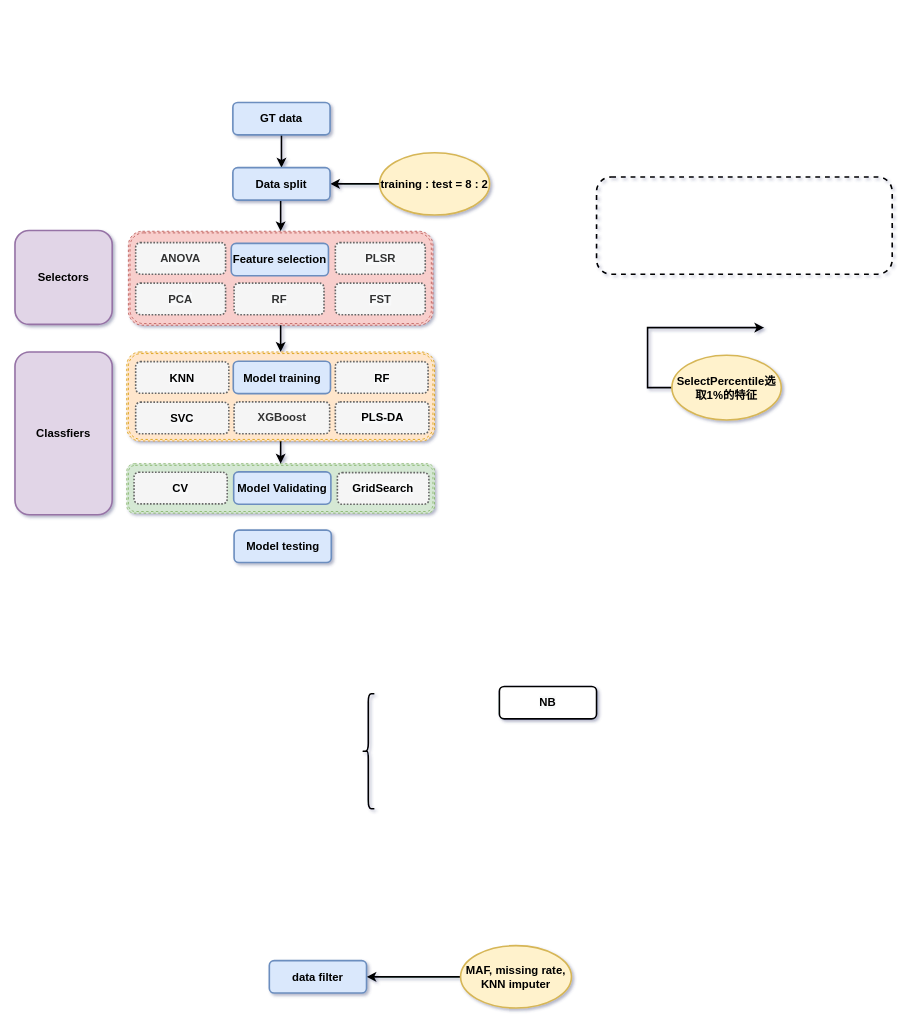
Above: Breed_assign_by_ML.drawio in guoyingwei6/Flow_Charts (draw.io), before the change. Source tidied: cells renumbered, new cells numbered last; positions are measured from the earlier drawing's top-left corner, leaving out a move shared by most shapes. Both pictures are drawn from the tidied source at 81%, with x=0, y=0 at pixel (15, 102).
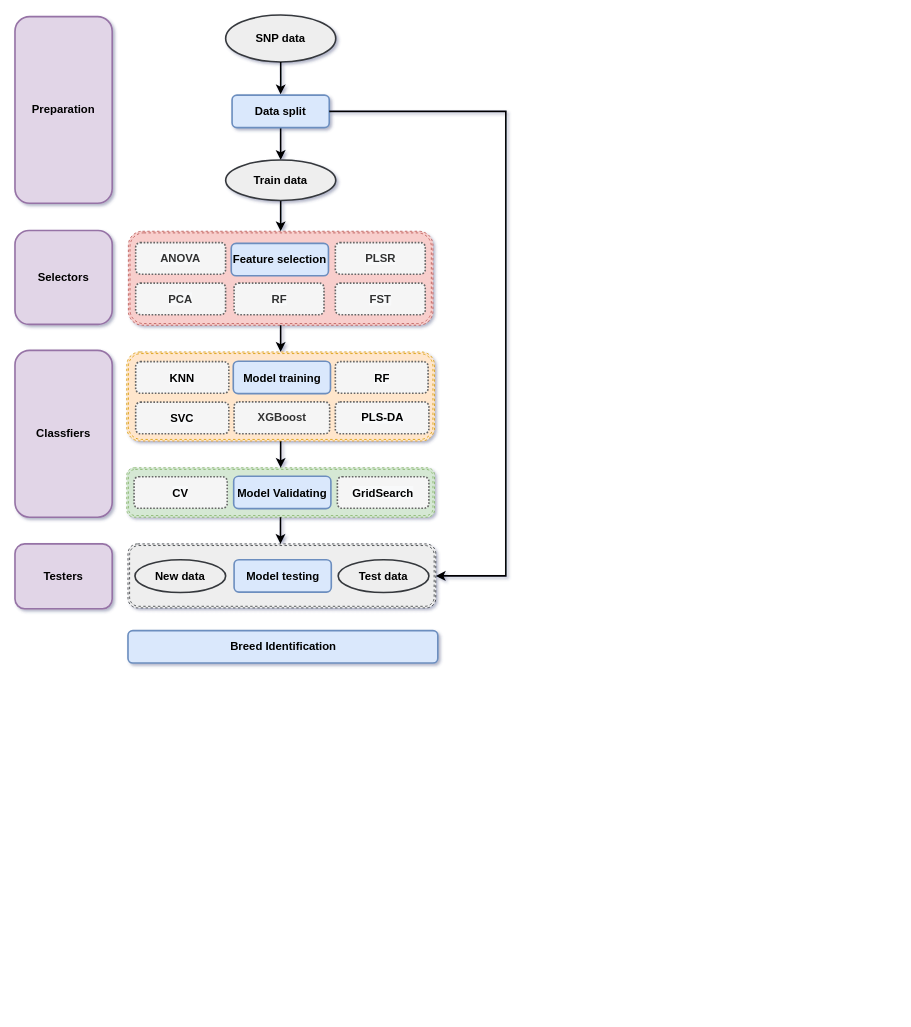
The same page after the edit.

Unchanged cells that the change refers to:
```xml
<mxCell id="2" style="shape=ext;double=1;rounded=1;whiteSpace=wrap;html=1;fillColor=#f8cecc;dashed=1;strokeColor=#b85450;" parent="1" vertex="1">
  <mxGeometry x="140" y="159" width="376" height="116" as="geometry" />
</mxCell>
```

Change to the diagram source:
```diff
@@
+    <mxCell id="39" style="shape=ext;double=1;rounded=1;whiteSpace=wrap;html=1;fillColor=#eeeeee;dashed=1;strokeColor=#36393d;" parent="1" vertex="1">
+      <mxGeometry x="139.5" y="545" width="380" height="79" as="geometry" />
+    </mxCell>
@@
     <mxCell id="3" style="shape=ext;double=1;rounded=1;whiteSpace=wrap;html=1;fillColor=#d5e8d4;dashed=1;strokeColor=#82b366;" parent="1" vertex="1">
-      <mxGeometry x="138" y="446" width="380" height="61" as="geometry" />
+      <mxGeometry x="138" y="451" width="380" height="61" as="geometry" />
     </mxCell>
-    <mxCell id="4" style="edgeStyle=orthogonalEdgeStyle;rounded=0;jettySize=auto;html=1;fontSize=14;exitX=0.5;exitY=1;exitDx=0;exitDy=0;fontStyle=1;fontFamily=Helvetica;strokeWidth=2;entryX=0.5;entryY=0;entryDx=0;entryDy=0;" parent="1" edge="1" source="16" target="2">
+    <mxCell id="4" style="edgeStyle=orthogonalEdgeStyle;rounded=0;jettySize=auto;html=1;fontSize=14;exitX=0.5;exitY=1;exitDx=0;exitDy=0;fontStyle=1;fontFamily=Helvetica;strokeWidth=2;entryX=0.5;entryY=0;entryDx=0;entryDy=0;" parent="1" edge="1" source="10" target="2">
       <mxGeometry relative="1" as="geometry" />
     </mxCell>
-    <mxCell id="5" style="edgeStyle=orthogonalEdgeStyle;rounded=0;jettySize=auto;html=1;fontSize=14;exitX=0;exitY=0.5;exitDx=0;exitDy=0;exitPerimeter=0;fontStyle=1;fontFamily=Helvetica;strokeWidth=2;" parent="1" edge="1" source="11">
-      <mxGeometry relative="1" as="geometry">
-        <mxPoint x="925" y="278" as="targetPoint" />
-        <Array as="points">
-          <mxPoint x="781" y="352" />
-          <mxPoint x="781" y="278" />
-        </Array>
-      </mxGeometry>
-    </mxCell>
-    <mxCell id="6" style="edgeStyle=orthogonalEdgeStyle;rounded=0;jettySize=auto;html=1;fontSize=14;fontStyle=1;fontFamily=Helvetica;strokeWidth=2;" parent="1" edge="1" source="7">
-      <mxGeometry relative="1" as="geometry">
-        <mxPoint x="434" y="1079.5" as="targetPoint" />
-      </mxGeometry>
-    </mxCell>
-    <mxCell id="7" value="MAF, missing rate, KNN imputer" style="ellipse;whiteSpace=wrap;html=1;rounded=1;glass=0;strokeWidth=2;shadow=0;fontStyle=1;fontFamily=Helvetica;fillColor=#fff2cc;strokeColor=#d6b656;fontSize=14;" parent="1" vertex="1">
-      <mxGeometry x="550.1" y="1041" width="136.9" height="77" as="geometry" />
-    </mxCell>
-    <mxCell id="8" style="edgeStyle=orthogonalEdgeStyle;rounded=0;jettySize=auto;html=1;fontSize=14;fontStyle=1;fontFamily=Helvetica;strokeWidth=2;exitX=0.5;exitY=1;exitDx=0;exitDy=0;entryX=0.5;entryY=0;entryDx=0;entryDy=0;" parent="1" edge="1" source="14" target="16">
+    <mxCell id="8" style="edgeStyle=orthogonalEdgeStyle;rounded=0;jettySize=auto;html=1;fontSize=14;fontStyle=1;fontFamily=Helvetica;strokeWidth=2;exitX=0.5;exitY=1;exitDx=0;exitDy=0;entryX=0.5;entryY=0;entryDx=0;entryDy=0;" parent="1" edge="1" source="14" target="10">
       <mxGeometry relative="1" as="geometry" />
     </mxCell>
-    <mxCell id="9" style="edgeStyle=orthogonalEdgeStyle;rounded=0;jettySize=auto;html=1;fontSize=14;fontStyle=1;fontFamily=Helvetica;strokeWidth=2;entryX=1;entryY=0.5;entryDx=0;entryDy=0;" parent="1" edge="1" source="10" target="16">
-      <mxGeometry relative="1" as="geometry" />
-    </mxCell>
-    <mxCell id="10" value="&lt;p style=&quot;font-size: 14px;&quot;&gt;&lt;span style=&quot;font-size: 14px;&quot;&gt;&lt;font style=&quot;font-size: 14px;&quot;&gt;training : test = 8 : 2&lt;/font&gt;&lt;/span&gt;&lt;/p&gt;" style="ellipse;whiteSpace=wrap;html=1;rounded=1;glass=0;strokeWidth=2;shadow=0;fontStyle=1;fontFamily=Helvetica;fillColor=#fff2cc;strokeColor=#d6b656;fontSize=14;" parent="1" vertex="1">
-      <mxGeometry x="450.1" y="62" width="135.9" height="77" as="geometry" />
+    <mxCell id="10" value="&lt;p style=&quot;font-size: 14px;&quot;&gt;&lt;span style=&quot;font-size: 14px;&quot;&gt;&lt;font style=&quot;font-size: 14px;&quot;&gt;Train data&lt;/font&gt;&lt;/span&gt;&lt;/p&gt;" style="ellipse;whiteSpace=wrap;html=1;rounded=1;glass=0;strokeWidth=2;shadow=0;fontStyle=1;fontFamily=Helvetica;fillColor=#eeeeee;strokeColor=#36393d;fontSize=14;" parent="1" vertex="1">
+      <mxGeometry x="260.1" y="71" width="135.9" height="50" as="geometry" />
     </mxCell>
-    <mxCell id="11" value="&lt;font style=&quot;font-size: 14px;&quot;&gt;&lt;span style=&quot;font-size: 14px;&quot;&gt;SelectPercentile&lt;/span&gt;&lt;span style=&quot;font-size: 14px;&quot;&gt;选取&lt;/span&gt;&lt;span style=&quot;font-size: 14px;&quot;&gt;1%&lt;/span&gt;&lt;span style=&quot;font-size: 14px;&quot;&gt;的特征&lt;/span&gt;&lt;/font&gt;" style="ellipse;whiteSpace=wrap;html=1;fontSize=14;fontStyle=1;fontFamily=Helvetica;fillColor=#fff2cc;strokeColor=#d6b656;strokeWidth=2;" parent="1" vertex="1">
-      <mxGeometry x="811" y="312" width="135" height="80" as="geometry" />
-    </mxCell>
-    <mxCell id="12" value="&lt;span style=&quot;color: rgb(0, 0, 0); font-size: 14px; font-style: normal; font-variant-ligatures: normal; font-variant-caps: normal; letter-spacing: normal; orphans: 2; text-align: center; text-indent: 0px; text-transform: none; widows: 2; word-spacing: 0px; -webkit-text-stroke-width: 0px; background-color: rgb(248, 249, 250); text-decoration-thickness: initial; text-decoration-style: initial; text-decoration-color: initial; float: none; display: inline !important;&quot;&gt;NB&lt;/span&gt;" style="rounded=1;whiteSpace=wrap;html=1;fontSize=14;fontStyle=1;fontFamily=Helvetica;strokeWidth=2;" parent="1" vertex="1">
-      <mxGeometry x="598" y="721" width="120" height="40" as="geometry" />
-    </mxCell>
-    <mxCell id="13" style="shape=curlyBracket;whiteSpace=wrap;html=1;rounded=1;fontSize=14;fontStyle=1;fontFamily=Helvetica;strokeWidth=2;" parent="1" vertex="1">
-      <mxGeometry x="428.7" y="730" width="15" height="142" as="geometry" />
-    </mxCell>
-    <mxCell id="14" value="GT data" style="rounded=1;whiteSpace=wrap;html=1;fontSize=14;glass=0;strokeWidth=2;shadow=0;fontStyle=1;fontFamily=Helvetica;fillColor=#dae8fc;strokeColor=#6c8ebf;" parent="1" vertex="1">
-      <mxGeometry x="269" width="120" height="40" as="geometry" />
+    <mxCell id="14" value="Data split" style="rounded=1;whiteSpace=wrap;html=1;fontSize=14;glass=0;strokeWidth=2;shadow=0;fontStyle=1;fontFamily=Helvetica;fillColor=#dae8fc;strokeColor=#6c8ebf;" parent="1" vertex="1">
+      <mxGeometry x="268" y="-9" width="120" height="40" as="geometry" />
     </mxCell>
-    <mxCell id="15" value="data filter" style="rounded=1;whiteSpace=wrap;html=1;fontSize=14;glass=0;strokeWidth=2;shadow=0;fontStyle=1;fontFamily=Helvetica;fillColor=#dae8fc;strokeColor=#6c8ebf;" parent="1" vertex="1">
-      <mxGeometry x="314" y="1059.5" width="120" height="40" as="geometry" />
-    </mxCell>
-    <mxCell id="16" value="Data split" style="rounded=1;whiteSpace=wrap;html=1;fontSize=14;glass=0;strokeWidth=2;shadow=0;fontStyle=1;fontFamily=Helvetica;fillColor=#dae8fc;strokeColor=#6c8ebf;" parent="1" vertex="1">
-      <mxGeometry x="269" y="80.5" width="120" height="40" as="geometry" />
-    </mxCell>
-    <mxCell id="17" value="&lt;span style=&quot;font-size: 14px;&quot;&gt;Model Validating&lt;/span&gt;" style="rounded=1;whiteSpace=wrap;html=1;fontSize=14;fontStyle=1;fontFamily=Helvetica;fillColor=#dae8fc;strokeColor=#6c8ebf;strokeWidth=2;" parent="1" vertex="1">
-      <mxGeometry x="270" y="456" width="120" height="40" as="geometry" />
-    </mxCell>
     <mxCell id="18" value="&lt;span style=&quot;font-size: 14px;&quot;&gt;Model testing&lt;/span&gt;" style="rounded=1;whiteSpace=wrap;html=1;fontSize=14;fontStyle=1;fontFamily=Helvetica;fillColor=#dae8fc;strokeColor=#6c8ebf;strokeWidth=2;" parent="1" vertex="1">
-      <mxGeometry x="270.5" y="528" width="120" height="40" as="geometry" />
+      <mxGeometry x="270.5" y="564.5" width="120" height="40" as="geometry" />
     </mxCell>
-    <mxCell id="19" style="rounded=1;whiteSpace=wrap;html=1;fontSize=14;fontStyle=1;fontFamily=Helvetica;strokeWidth=2;fillColor=none;dashed=1;" parent="1" vertex="1">
-      <mxGeometry x="718" y="92" width="365" height="120" as="geometry" />
-    </mxCell>
@@
     <mxCell id="22" value="Classfiers" style="rounded=1;whiteSpace=wrap;html=1;fontSize=14;fontStyle=1;fontFamily=Helvetica;strokeWidth=2;fillColor=#e1d5e7;strokeColor=#9673a6;" parent="1" vertex="1">
-      <mxGeometry y="308" width="120" height="201" as="geometry" />
+      <mxGeometry y="306" width="120" height="206" as="geometry" />
     </mxCell>
-    <mxCell id="23" value="&lt;span style=&quot;color: rgb(0, 0, 0); font-size: 14px; font-style: normal; font-variant-ligatures: normal; font-variant-caps: normal; letter-spacing: normal; orphans: 2; text-align: center; text-indent: 0px; text-transform: none; widows: 2; word-spacing: 0px; -webkit-text-stroke-width: 0px; background-color: rgb(248, 249, 250); text-decoration-thickness: initial; text-decoration-style: initial; text-decoration-color: initial; float: none; display: inline !important;&quot;&gt;CV&lt;/span&gt;" style="rounded=1;whiteSpace=wrap;html=1;fontSize=14;fontStyle=1;fontFamily=Helvetica;strokeWidth=2;fillColor=#f5f5f5;fontColor=#333333;strokeColor=#666666;dashed=1;dashPattern=1 1;" parent="1" vertex="1">
-      <mxGeometry x="147" y="456.5" width="115" height="39" as="geometry" />
-    </mxCell>
     <mxCell id="24" value="&lt;span style=&quot;color: rgb(0, 0, 0); font-size: 14px; font-style: normal; font-variant-ligatures: normal; font-variant-caps: normal; letter-spacing: normal; orphans: 2; text-align: center; text-indent: 0px; text-transform: none; widows: 2; word-spacing: 0px; -webkit-text-stroke-width: 0px; background-color: rgb(248, 249, 250); text-decoration-thickness: initial; text-decoration-style: initial; text-decoration-color: initial; float: none; display: inline !important;&quot;&gt;GridSearch&lt;/span&gt;" style="rounded=1;whiteSpace=wrap;html=1;fontSize=14;fontStyle=1;fontFamily=Helvetica;strokeWidth=2;fillColor=#f5f5f5;fontColor=#333333;strokeColor=#666666;dashed=1;dashPattern=1 1;" parent="1" vertex="1">
-      <mxGeometry x="398" y="457" width="113" height="39" as="geometry" />
+      <mxGeometry x="398" y="462" width="113" height="39" as="geometry" />
     </mxCell>
@@
+    <mxCell id="40" value="&lt;span style=&quot;font-size: 14px; font-style: normal; font-variant-ligatures: normal; font-variant-caps: normal; letter-spacing: normal; orphans: 2; text-align: center; text-indent: 0px; text-transform: none; widows: 2; word-spacing: 0px; -webkit-text-stroke-width: 0px; text-decoration-thickness: initial; text-decoration-style: initial; text-decoration-color: initial; float: none; display: inline !important;&quot;&gt;Testers&lt;/span&gt;" style="rounded=1;whiteSpace=wrap;html=1;fontSize=14;fontStyle=1;fontFamily=Helvetica;strokeWidth=2;fillColor=#e1d5e7;strokeColor=#9673a6;fontColor=default;labelBorderColor=none;labelBackgroundColor=none;" parent="1" vertex="1">
+      <mxGeometry y="545" width="120" height="80" as="geometry" />
+    </mxCell>
+    <mxCell id="23" value="&lt;span style=&quot;color: rgb(0, 0, 0); font-size: 14px; font-style: normal; font-variant-ligatures: normal; font-variant-caps: normal; letter-spacing: normal; orphans: 2; text-align: center; text-indent: 0px; text-transform: none; widows: 2; word-spacing: 0px; -webkit-text-stroke-width: 0px; background-color: rgb(248, 249, 250); text-decoration-thickness: initial; text-decoration-style: initial; text-decoration-color: initial; float: none; display: inline !important;&quot;&gt;CV&lt;/span&gt;" style="rounded=1;whiteSpace=wrap;html=1;fontSize=14;fontStyle=1;fontFamily=Helvetica;strokeWidth=2;fillColor=#f5f5f5;fontColor=#333333;strokeColor=#666666;dashed=1;dashPattern=1 1;" parent="1" vertex="1">
+      <mxGeometry x="147" y="462" width="115" height="39" as="geometry" />
+    </mxCell>
+    <mxCell id="17" value="&lt;span style=&quot;font-size: 14px;&quot;&gt;Model Validating&lt;/span&gt;" style="rounded=1;whiteSpace=wrap;html=1;fontSize=14;fontStyle=1;fontFamily=Helvetica;fillColor=#dae8fc;strokeColor=#6c8ebf;strokeWidth=2;" parent="1" vertex="1">
+      <mxGeometry x="270" y="461.5" width="120" height="40" as="geometry" />
+    </mxCell>
+    <mxCell id="41" value="&lt;p style=&quot;font-size: 14px;&quot;&gt;&lt;span style=&quot;font-size: 14px;&quot;&gt;&lt;font style=&quot;font-size: 14px;&quot;&gt;Test data&lt;/font&gt;&lt;/span&gt;&lt;/p&gt;" style="ellipse;whiteSpace=wrap;html=1;rounded=1;glass=0;strokeWidth=2;shadow=0;fontStyle=1;fontFamily=Helvetica;fillColor=#eeeeee;strokeColor=#36393d;fontSize=14;" parent="1" vertex="1">
+      <mxGeometry x="399" y="564.5" width="112" height="40.5" as="geometry" />
+    </mxCell>
+    <mxCell id="42" style="edgeStyle=orthogonalEdgeStyle;rounded=0;jettySize=auto;html=1;fontSize=14;fontStyle=1;fontFamily=Helvetica;strokeWidth=2;exitX=1;exitY=0.5;exitDx=0;exitDy=0;entryX=1;entryY=0.5;entryDx=0;entryDy=0;" parent="1" edge="1" source="14" target="39">
+      <mxGeometry relative="1" as="geometry">
+        <Array as="points">
+          <mxPoint x="606" y="11" />
+          <mxPoint x="606" y="585" />
+          <mxPoint x="520" y="585" />
+        </Array>
+      </mxGeometry>
+    </mxCell>
+    <mxCell id="43" value="&lt;p style=&quot;font-size: 14px;&quot;&gt;&lt;span style=&quot;font-size: 14px;&quot;&gt;&lt;font style=&quot;font-size: 14px;&quot;&gt;New data&lt;/font&gt;&lt;/span&gt;&lt;/p&gt;" style="ellipse;whiteSpace=wrap;html=1;rounded=1;glass=0;strokeWidth=2;shadow=0;fontStyle=1;fontFamily=Helvetica;fillColor=#eeeeee;fontSize=14;strokeColor=#36393d;" parent="1" vertex="1">
+      <mxGeometry x="148.1" y="564.5" width="112" height="40.5" as="geometry" />
+    </mxCell>
+    <mxCell id="44" value="&lt;p style=&quot;font-size: 14px;&quot;&gt;&lt;span style=&quot;font-size: 14px;&quot;&gt;&lt;font style=&quot;font-size: 14px;&quot;&gt;SNP data&lt;/font&gt;&lt;/span&gt;&lt;/p&gt;" style="ellipse;whiteSpace=wrap;html=1;rounded=1;glass=0;strokeWidth=2;shadow=0;fontStyle=1;fontFamily=Helvetica;fillColor=#eeeeee;strokeColor=#36393d;fontSize=14;" parent="1" vertex="1">
+      <mxGeometry x="260.1" y="-108" width="135.9" height="58" as="geometry" />
+    </mxCell>
+    <mxCell id="45" style="edgeStyle=orthogonalEdgeStyle;rounded=0;jettySize=auto;html=1;fontSize=14;fontStyle=1;fontFamily=Helvetica;strokeWidth=2;exitX=0.5;exitY=1;exitDx=0;exitDy=0;" parent="1" edge="1" source="44">
+      <mxGeometry relative="1" as="geometry">
+        <mxPoint x="328" y="-10" as="targetPoint" />
+      </mxGeometry>
+    </mxCell>
+    <mxCell id="46" value="&lt;span style=&quot;font-size: 14px; font-style: normal; font-variant-ligatures: normal; font-variant-caps: normal; letter-spacing: normal; orphans: 2; text-align: center; text-indent: 0px; text-transform: none; widows: 2; word-spacing: 0px; -webkit-text-stroke-width: 0px; text-decoration-thickness: initial; text-decoration-style: initial; text-decoration-color: initial; float: none; display: inline !important;&quot;&gt;Preparation&lt;/span&gt;" style="rounded=1;whiteSpace=wrap;html=1;fontSize=14;fontStyle=1;fontFamily=Helvetica;strokeWidth=2;fillColor=#e1d5e7;strokeColor=#9673a6;fontColor=default;labelBorderColor=none;labelBackgroundColor=none;" parent="1" vertex="1">
+      <mxGeometry y="-106" width="120" height="230.5" as="geometry" />
+    </mxCell>
+    <mxCell id="47" style="edgeStyle=orthogonalEdgeStyle;rounded=0;orthogonalLoop=1;jettySize=auto;html=1;entryX=0.5;entryY=0;entryDx=0;entryDy=0;strokeWidth=2;" parent="1" edge="1">
+      <mxGeometry relative="1" as="geometry">
+        <mxPoint x="327.8" y="512" as="sourcePoint" />
+        <mxPoint x="327.8" y="545" as="targetPoint" />
+      </mxGeometry>
+    </mxCell>
+    <mxCell id="48" value="&lt;span style=&quot;font-size: 14px;&quot;&gt;Breed Identification&lt;/span&gt;" style="rounded=1;whiteSpace=wrap;html=1;fontSize=14;fontStyle=1;fontFamily=Helvetica;fillColor=#dae8fc;strokeColor=#6c8ebf;strokeWidth=2;" parent="1" vertex="1">
+      <mxGeometry x="139.5" y="652" width="382.5" height="40" as="geometry" />
+    </mxCell>
```
